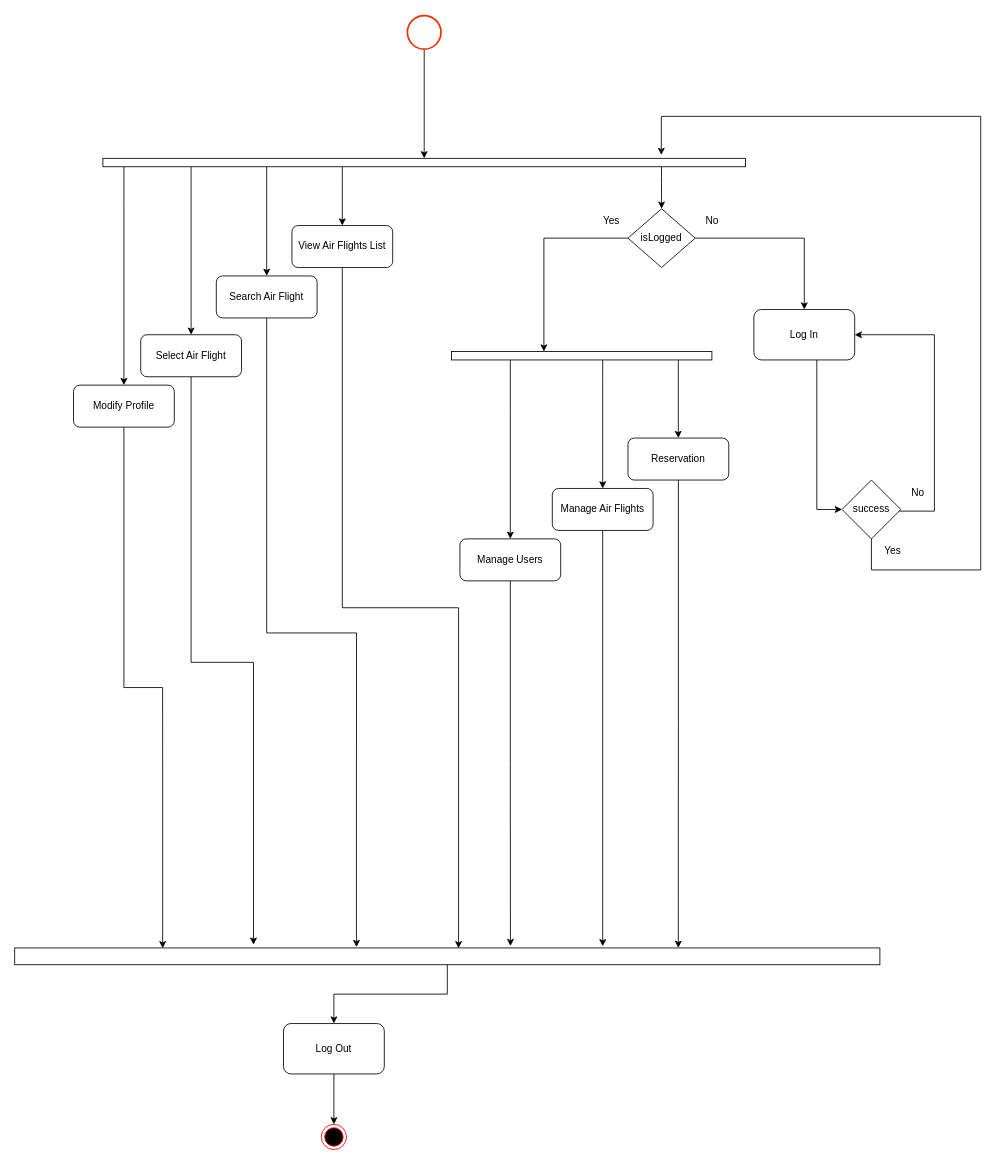
This is page "ActivityAdmin" (4 of 9) of Diagrams.drawio from popescumadalin0/air-flight, a draw.io file, before an edit. Source tidied: cells renumbered, new cells numbered last; positions are measured from the earlier drawing's top-left corner, leaving out a move shared by most shapes. Both pictures are drawn from the tidied source at 84%, with x=0, y=0 at pixel (14, 15).
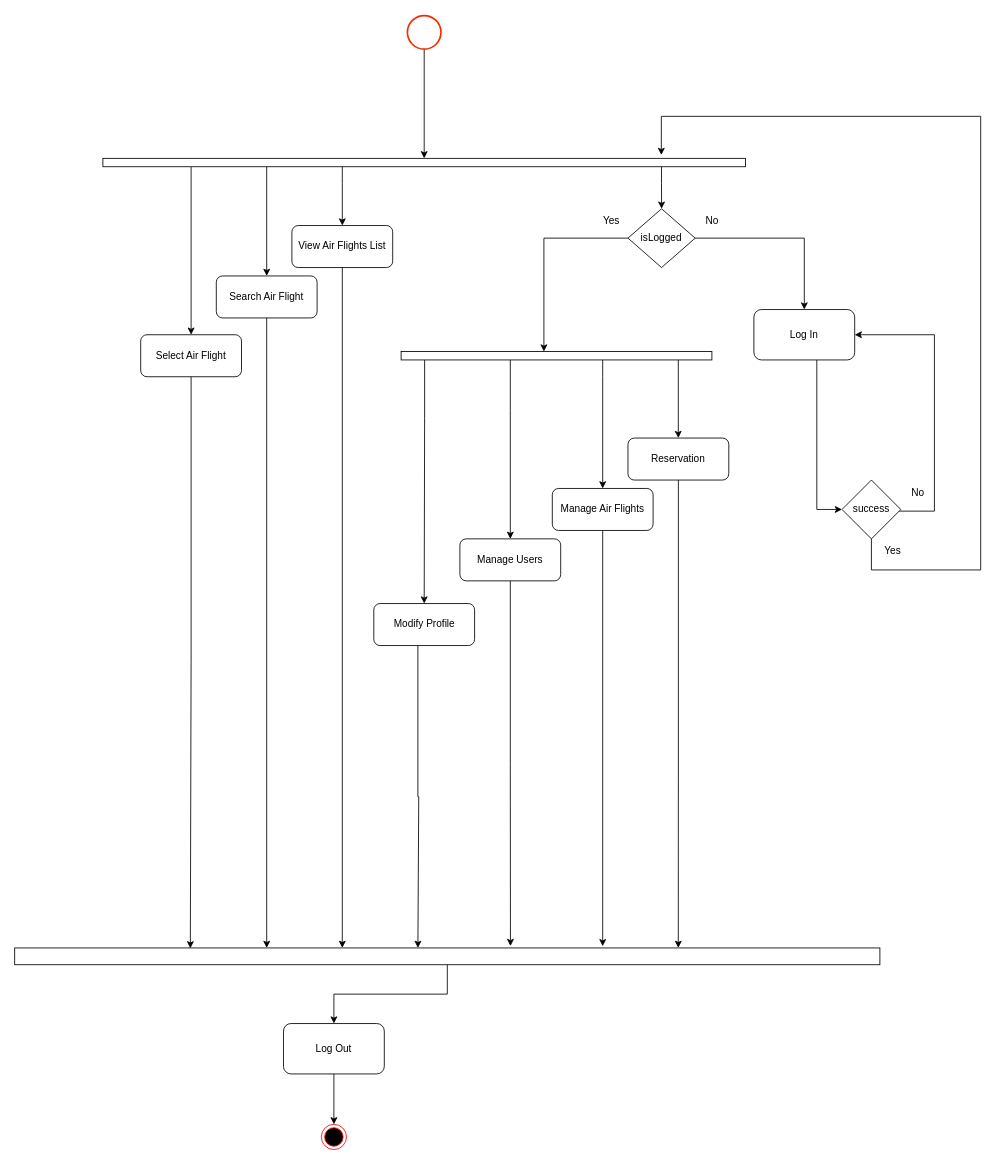
Above is the later version.

The change refers to these unchanged cells:
```xml
<mxCell id="10" style="rounded=0;whiteSpace=wrap;html=1;" parent="1" vertex="1">
  <mxGeometry x="105" y="170" width="765" height="10" as="geometry" />
</mxCell>
<mxCell id="13" value="Select Air Flight" style="rounded=1;whiteSpace=wrap;html=1;" parent="1" vertex="1">
  <mxGeometry x="150" y="380" width="120" height="50" as="geometry" />
</mxCell>
<mxCell id="14" value="Search Air Flight" style="rounded=1;whiteSpace=wrap;html=1;" parent="1" vertex="1">
  <mxGeometry x="240" y="310" width="120" height="50" as="geometry" />
</mxCell>
<mxCell id="15" value="View Air Flights List" style="rounded=1;whiteSpace=wrap;html=1;" parent="1" vertex="1">
  <mxGeometry x="330" y="250" width="120" height="50" as="geometry" />
</mxCell>
<mxCell id="28" style="rounded=0;whiteSpace=wrap;html=1;" parent="1" vertex="1">
  <mxGeometry y="1110" width="1030" height="20" as="geometry" />
</mxCell>
```

What changed in the source:
```diff
@@
-    <mxCell id="5" style="edgeStyle=orthogonalEdgeStyle;rounded=0;jettySize=auto;html=1;entryX=0.5;entryY=0;entryDx=0;entryDy=0;" parent="1" edge="1" source="10" target="12">
-      <mxGeometry relative="1" as="geometry">
-        <Array as="points">
-          <mxPoint x="130" y="220" />
-          <mxPoint x="130" y="220" />
-        </Array>
-      </mxGeometry>
-    </mxCell>
@@
-    <mxCell id="11" style="edgeStyle=orthogonalEdgeStyle;rounded=0;jettySize=auto;html=1;entryX=0.171;entryY=0.021;entryDx=0;entryDy=0;entryPerimeter=0;" parent="1" edge="1" source="12" target="28">
-      <mxGeometry relative="1" as="geometry" />
-    </mxCell>
+    <mxCell id="45" style="edgeStyle=orthogonalEdgeStyle;rounded=0;jettySize=auto;html=1;" parent="1" edge="1" source="12">
+      <mxGeometry relative="1" as="geometry">
+        <mxPoint x="480" y="1110" as="targetPoint" />
+        <Array as="points">
+          <mxPoint x="480" y="930" />
+          <mxPoint x="481" y="1110" />
+        </Array>
+      </mxGeometry>
+    </mxCell>
     <mxCell id="12" value="Modify Profile" style="rounded=1;whiteSpace=wrap;html=1;" parent="1" vertex="1">
-      <mxGeometry x="70" y="440" width="120" height="50" as="geometry" />
+      <mxGeometry x="427.5" y="700" width="120" height="50" as="geometry" />
     </mxCell>
@@
-    <mxCell id="31" style="edgeStyle=orthogonalEdgeStyle;rounded=0;jettySize=auto;html=1;entryX=0.276;entryY=-0.193;entryDx=0;entryDy=0;entryPerimeter=0;" parent="1" edge="1" source="13" target="28">
+    <mxCell id="31" style="edgeStyle=orthogonalEdgeStyle;rounded=0;jettySize=auto;html=1;entryX=0.203;entryY=0.025;entryDx=0;entryDy=0;entryPerimeter=0;" parent="1" edge="1" source="13" target="28">
       <mxGeometry relative="1" as="geometry" />
     </mxCell>
-    <mxCell id="32" style="edgeStyle=orthogonalEdgeStyle;rounded=0;jettySize=auto;html=1;entryX=0.395;entryY=-0.05;entryDx=0;entryDy=0;entryPerimeter=0;" parent="1" edge="1" source="14" target="28">
-      <mxGeometry relative="1" as="geometry" />
+    <mxCell id="32" style="edgeStyle=orthogonalEdgeStyle;rounded=0;jettySize=auto;html=1;" parent="1" edge="1" source="14">
+      <mxGeometry relative="1" as="geometry">
+        <mxPoint x="300" y="1110" as="targetPoint" />
+        <Array as="points">
+          <mxPoint x="300" y="1109" />
+        </Array>
+      </mxGeometry>
     </mxCell>
-    <mxCell id="33" style="edgeStyle=orthogonalEdgeStyle;rounded=0;jettySize=auto;html=1;entryX=0.513;entryY=0.021;entryDx=0;entryDy=0;entryPerimeter=0;" parent="1" edge="1" source="15" target="28">
-      <mxGeometry relative="1" as="geometry" />
+    <mxCell id="33" style="edgeStyle=orthogonalEdgeStyle;rounded=0;jettySize=auto;html=1;" parent="1" edge="1" source="15">
+      <mxGeometry relative="1" as="geometry">
+        <mxPoint x="390" y="1110" as="targetPoint" />
+        <Array as="points">
+          <mxPoint x="390" y="1110" />
+        </Array>
+      </mxGeometry>
     </mxCell>
@@
+    <mxCell id="46" style="edgeStyle=orthogonalEdgeStyle;rounded=0;jettySize=auto;html=1;entryX=0.5;entryY=0;entryDx=0;entryDy=0;" parent="1" edge="1" source="39" target="12">
+      <mxGeometry relative="1" as="geometry">
+        <Array as="points">
+          <mxPoint x="488" y="480" />
+          <mxPoint x="488" y="480" />
+        </Array>
+      </mxGeometry>
+    </mxCell>
     <mxCell id="39" style="rounded=0;whiteSpace=wrap;html=1;" parent="1" vertex="1">
-      <mxGeometry x="520" y="400" width="310" height="10" as="geometry" />
+      <mxGeometry x="460" y="400" width="370" height="10" as="geometry" />
     </mxCell>
```
